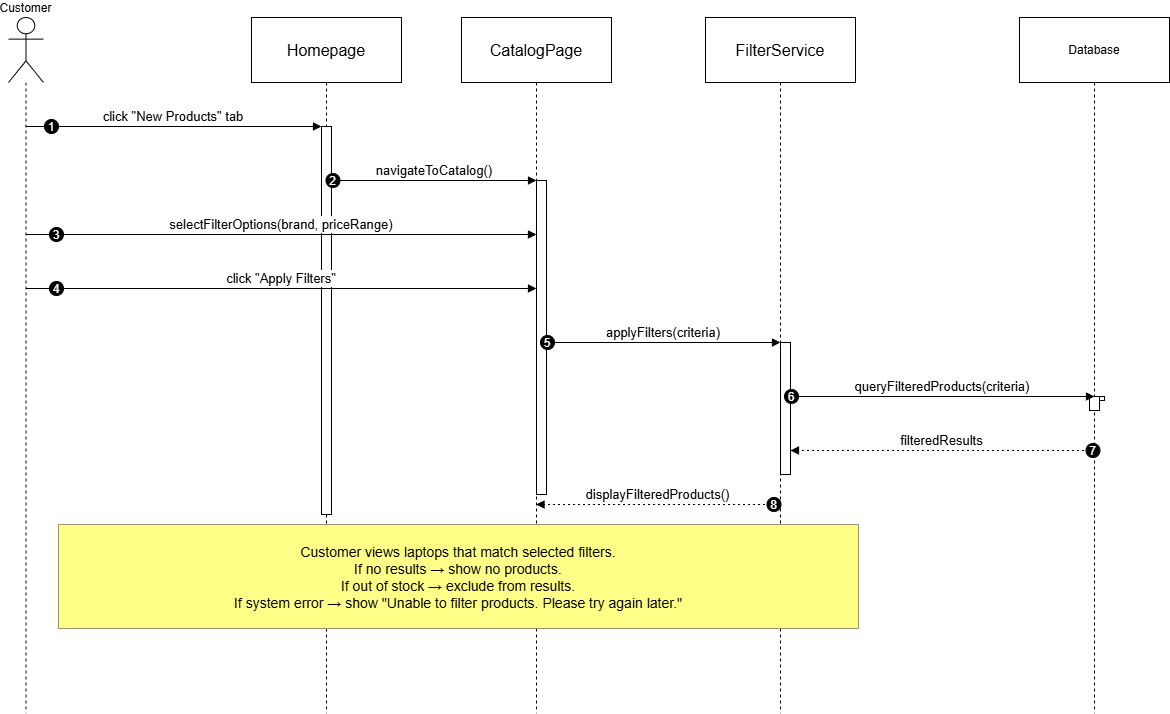
Earlier version of the draw.io export Sequence_Diagram/UC_4_FilterLaptop.drawio.png (auphong2707/PTTKHT-Final-Report). Source tidied: cells renumbered, new cells last; positions are measured from the earlier drawing's top-left corner, leaving out a move shared by most shapes.
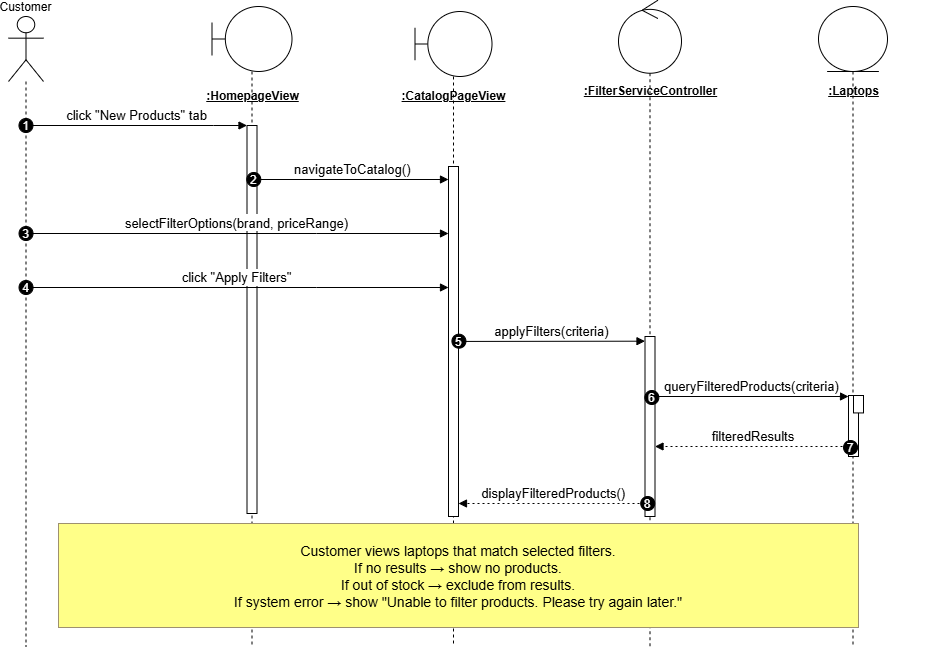
Above is the later version.

Diff of the diagram source:
```diff
@@ -2,36 +2,39 @@
   <root>
     <mxCell id="0" />
     <mxCell id="1" parent="0" />
-    <mxCell id="2" value="Customer" style="shape=umlLifeline;perimeter=lifelinePerimeter;whiteSpace=wrap;outlineConnect=0;portConstraint=eastwest;newEdgeStyle={&quot;edgeStyle&quot;:&quot;elbowEdgeStyle&quot;,&quot;elbow&quot;:&quot;vertical&quot;,&quot;curved&quot;:0,&quot;rounded&quot;:0};participant=umlActor;verticalAlign=bottom;labelPosition=center;verticalLabelPosition=top;align=center;size=65;" parent="1" vertex="1">
-      <mxGeometry width="35" height="696" as="geometry" />
-    </mxCell>
-    <mxCell id="3" value="Homepage" style="shape=umlLifeline;perimeter=lifelinePerimeter;whiteSpace=wrap;newEdgeStyle={&quot;edgeStyle&quot;:&quot;elbowEdgeStyle&quot;,&quot;elbow&quot;:&quot;vertical&quot;,&quot;curved&quot;:0,&quot;rounded&quot;:0};size=65;fontSize=16;" parent="1" vertex="1">
-      <mxGeometry x="243" width="150" height="696" as="geometry" />
+    <mxCell id="3" style="shape=umlLifeline;perimeter=lifelinePerimeter;whiteSpace=wrap;newEdgeStyle={&quot;edgeStyle&quot;:&quot;elbowEdgeStyle&quot;,&quot;elbow&quot;:&quot;vertical&quot;,&quot;curved&quot;:0,&quot;rounded&quot;:0};participant=umlBoundary;size=65;fontSize=16;" parent="1" vertex="1">
+      <mxGeometry x="203.5" y="-10" width="80" height="640" as="geometry" />
     </mxCell>
-    <mxCell id="4" style="points=[];perimeter=orthogonalPerimeter;outlineConnect=0;targetShapes=umlLifeline;portConstraint=eastwest;newEdgeStyle={&quot;edgeStyle&quot;:&quot;elbowEdgeStyle&quot;,&quot;elbow&quot;:&quot;vertical&quot;,&quot;curved&quot;:0,&quot;rounded&quot;:0};" parent="3" vertex="1">
-      <mxGeometry x="70" y="109" width="10" height="388" as="geometry" />
+    <mxCell id="4" style="points=[];perimeter=orthogonalPerimeter;outlineConnect=0;targetShapes=umlLifeline;portConstraint=eastwest;newEdgeStyle={&quot;edgeStyle&quot;:&quot;elbowEdgeStyle&quot;,&quot;elbow&quot;:&quot;vertical&quot;,&quot;curved&quot;:0,&quot;rounded&quot;:0};" parent="1" vertex="1">
+      <mxGeometry x="238.5" y="109" width="10" height="388" as="geometry" />
     </mxCell>
+    <mxCell id="7" style="shape=umlLifeline;perimeter=lifelinePerimeter;whiteSpace=wrap;outlineConnect=0;portConstraint=eastwest;newEdgeStyle={&quot;edgeStyle&quot;:&quot;elbowEdgeStyle&quot;,&quot;elbow&quot;:&quot;vertical&quot;,&quot;curved&quot;:0,&quot;rounded&quot;:0};participant=umlControl;size=73;fontSize=16;" parent="1" vertex="1">
+      <mxGeometry x="610" y="-16.2" width="63" height="646.2" as="geometry" />
+    </mxCell>
-    <mxCell id="5" value="CatalogPage" style="shape=umlLifeline;perimeter=lifelinePerimeter;whiteSpace=wrap;outlineConnect=0;portConstraint=eastwest;newEdgeStyle={&quot;edgeStyle&quot;:&quot;elbowEdgeStyle&quot;,&quot;elbow&quot;:&quot;vertical&quot;,&quot;curved&quot;:0,&quot;rounded&quot;:0};size=65;fontSize=16;" parent="1" vertex="1">
-      <mxGeometry x="453" width="150" height="696" as="geometry" />
+    <mxCell id="5" style="shape=umlLifeline;perimeter=lifelinePerimeter;whiteSpace=wrap;outlineConnect=0;portConstraint=eastwest;newEdgeStyle={&quot;edgeStyle&quot;:&quot;elbowEdgeStyle&quot;,&quot;elbow&quot;:&quot;vertical&quot;,&quot;curved&quot;:0,&quot;rounded&quot;:0};participant=umlBoundary;size=65;fontSize=16;" parent="1" vertex="1">
+      <mxGeometry x="406.5" y="-5" width="77" height="635" as="geometry" />
     </mxCell>
+    <mxCell id="9" style="shape=umlLifeline;perimeter=lifelinePerimeter;whiteSpace=wrap;outlineConnect=0;portConstraint=eastwest;newEdgeStyle={&quot;edgeStyle&quot;:&quot;elbowEdgeStyle&quot;,&quot;elbow&quot;:&quot;vertical&quot;,&quot;curved&quot;:0,&quot;rounded&quot;:0};participant=umlEntity;size=65;" parent="1" vertex="1">
+      <mxGeometry x="810" y="-10" width="69" height="640" as="geometry" />
+    </mxCell>
-    <mxCell id="6" style="points=[];perimeter=orthogonalPerimeter;outlineConnect=0;targetShapes=umlLifeline;portConstraint=eastwest;newEdgeStyle={&quot;edgeStyle&quot;:&quot;elbowEdgeStyle&quot;,&quot;elbow&quot;:&quot;vertical&quot;,&quot;curved&quot;:0,&quot;rounded&quot;:0};" parent="5" vertex="1">
-      <mxGeometry x="75" y="163" width="10" height="314" as="geometry" />
+    <mxCell id="6" style="points=[];perimeter=orthogonalPerimeter;outlineConnect=0;targetShapes=umlLifeline;portConstraint=eastwest;newEdgeStyle={&quot;edgeStyle&quot;:&quot;elbowEdgeStyle&quot;,&quot;elbow&quot;:&quot;vertical&quot;,&quot;curved&quot;:0,&quot;rounded&quot;:0};" parent="1" vertex="1">
+      <mxGeometry x="440" y="150" width="10" height="350" as="geometry" />
     </mxCell>
-    <mxCell id="7" value="FilterService" style="shape=umlLifeline;perimeter=lifelinePerimeter;whiteSpace=wrap;outlineConnect=0;portConstraint=eastwest;newEdgeStyle={&quot;edgeStyle&quot;:&quot;elbowEdgeStyle&quot;,&quot;elbow&quot;:&quot;vertical&quot;,&quot;curved&quot;:0,&quot;rounded&quot;:0};size=65;fontSize=16;" parent="1" vertex="1">
-      <mxGeometry x="697" width="150" height="696" as="geometry" />
-    </mxCell>
-    <mxCell id="8" style="points=[];perimeter=orthogonalPerimeter;outlineConnect=0;targetShapes=umlLifeline;portConstraint=eastwest;newEdgeStyle={&quot;edgeStyle&quot;:&quot;elbowEdgeStyle&quot;,&quot;elbow&quot;:&quot;vertical&quot;,&quot;curved&quot;:0,&quot;rounded&quot;:0};" parent="7" vertex="1">
-      <mxGeometry x="75" y="325" width="10" height="132" as="geometry" />
-    </mxCell>
-    <mxCell id="9" value="Database" style="shape=umlLifeline;perimeter=lifelinePerimeter;whiteSpace=wrap;outlineConnect=0;portConstraint=eastwest;newEdgeStyle={&quot;edgeStyle&quot;:&quot;elbowEdgeStyle&quot;,&quot;elbow&quot;:&quot;vertical&quot;,&quot;curved&quot;:0,&quot;rounded&quot;:0};size=65;" parent="1" vertex="1">
-      <mxGeometry x="1011" width="150" height="696" as="geometry" />
-    </mxCell>
-    <mxCell id="10" style="points=[];perimeter=orthogonalPerimeter;outlineConnect=0;targetShapes=umlLifeline;portConstraint=eastwest;newEdgeStyle={&quot;edgeStyle&quot;:&quot;elbowEdgeStyle&quot;,&quot;elbow&quot;:&quot;vertical&quot;,&quot;curved&quot;:0,&quot;rounded&quot;:0};" parent="9" vertex="1">
-      <mxGeometry x="75" y="379" width="10" height="4" as="geometry" />
-    </mxCell>
-    <mxCell id="11" style="perimeter=orthogonalPerimeter;targetShapes=umlLifeline;newEdgeStyle={&quot;edgeStyle&quot;:&quot;elbowEdgeStyle&quot;,&quot;elbow&quot;:&quot;vertical&quot;,&quot;curved&quot;:0,&quot;rounded&quot;:0};" parent="9" vertex="1">
-      <mxGeometry x="70" y="379" width="10" height="14" as="geometry" />
-    </mxCell>
+    <mxCell id="2" value="Customer" style="shape=umlLifeline;perimeter=lifelinePerimeter;whiteSpace=wrap;outlineConnect=0;portConstraint=eastwest;newEdgeStyle={&quot;edgeStyle&quot;:&quot;elbowEdgeStyle&quot;,&quot;elbow&quot;:&quot;vertical&quot;,&quot;curved&quot;:0,&quot;rounded&quot;:0};participant=umlActor;verticalAlign=bottom;labelPosition=center;verticalLabelPosition=top;align=center;size=65;" parent="1" vertex="1">
+      <mxGeometry width="35" height="630" as="geometry" />
+    </mxCell>
+    <mxCell id="29" value="&lt;u&gt;&lt;b&gt;:HomepageView&lt;/b&gt;&lt;/u&gt;" style="text;html=1;align=center;verticalAlign=middle;" parent="1" vertex="1">
+      <mxGeometry x="168.5" y="70" width="150" height="20" as="geometry" />
+    </mxCell>
+    <mxCell id="30" value="&lt;u&gt;&lt;b&gt;:CatalogPageView&lt;/b&gt;&lt;/u&gt;" style="text;html=1;align=center;verticalAlign=middle;" parent="1" vertex="1">
+      <mxGeometry x="370" y="70" width="150" height="20" as="geometry" />
+    </mxCell>
+    <mxCell id="31" value="&lt;u&gt;&lt;b&gt;:FilterServiceController&lt;/b&gt;&lt;/u&gt;" style="text;html=1;align=center;verticalAlign=middle;" parent="1" vertex="1">
+      <mxGeometry x="566.5" y="65" width="150" height="20" as="geometry" />
+    </mxCell>
+    <mxCell id="32" value="&lt;u&gt;&lt;b&gt;:Laptops&lt;/b&gt;&lt;/u&gt;" style="text;html=1;align=center;verticalAlign=middle;" parent="1" vertex="1">
+      <mxGeometry x="769.5" y="65" width="150" height="20" as="geometry" />
+    </mxCell>
     <mxCell id="12" value="click &quot;New Products&quot; tab" style="verticalAlign=bottom;edgeStyle=elbowEdgeStyle;elbow=vertical;curved=0;rounded=0;endArrow=block;fontSize=13;" parent="1" edge="1" source="2" target="4">
       <mxGeometry relative="1" as="geometry">
         <Array as="points">
@@ -41,7 +44,7 @@
     </mxCell>
     <mxCell id="13" value="1" style="ellipse;fillColor=#000000;align=center;fontColor=#FFFFFF;" parent="12" vertex="1">
       <mxGeometry width="14" height="14" relative="1" as="geometry">
-        <mxPoint x="-129" y="-7" as="offset" />
+        <mxPoint x="-117" y="-7" as="offset" />
       </mxGeometry>
     </mxCell>
     <mxCell id="14" value="navigateToCatalog()" style="verticalAlign=bottom;edgeStyle=elbowEdgeStyle;elbow=vertical;curved=0;rounded=0;endArrow=block;fontSize=13;" parent="1" edge="1" source="4" target="6">
@@ -53,7 +56,7 @@
     </mxCell>
     <mxCell id="15" value="2" style="ellipse;fillColor=#000000;align=center;fontColor=#FFFFFF;" parent="14" vertex="1">
       <mxGeometry width="14" height="14" relative="1" as="geometry">
-        <mxPoint x="-108.5" y="-7" as="offset" />
+        <mxPoint x="-106" y="-7" as="offset" />
       </mxGeometry>
     </mxCell>
     <mxCell id="16" value="selectFilterOptions(brand, priceRange)" style="verticalAlign=bottom;edgeStyle=elbowEdgeStyle;elbow=vertical;curved=0;rounded=0;endArrow=block;fontSize=13;" parent="1" edge="1" source="2" target="6">
@@ -65,7 +68,7 @@
     </mxCell>
     <mxCell id="17" value="3" style="ellipse;fillColor=#000000;align=center;fontColor=#FFFFFF;" parent="16" vertex="1">
       <mxGeometry width="14" height="14" relative="1" as="geometry">
-        <mxPoint x="-232" y="-7" as="offset" />
+        <mxPoint x="-218" y="-7" as="offset" />
       </mxGeometry>
     </mxCell>
     <mxCell id="18" value="click &quot;Apply Filters&quot;" style="verticalAlign=bottom;edgeStyle=elbowEdgeStyle;elbow=vertical;curved=0;rounded=0;endArrow=block;fontSize=13;" parent="1" edge="1" source="2" target="6">
@@ -77,47 +80,46 @@
     </mxCell>
     <mxCell id="19" value="4" style="ellipse;fillColor=#000000;align=center;fontColor=#FFFFFF;" parent="18" vertex="1">
       <mxGeometry width="14" height="14" relative="1" as="geometry">
-        <mxPoint x="-232" y="-7" as="offset" />
+        <mxPoint x="-218" y="-7" as="offset" />
       </mxGeometry>
     </mxCell>
-    <mxCell id="20" value="applyFilters(criteria)" style="verticalAlign=bottom;edgeStyle=elbowEdgeStyle;elbow=vertical;curved=0;rounded=0;endArrow=block;fontSize=13;" parent="1" edge="1" source="6" target="8">
+    <mxCell id="20" value="applyFilters(criteria)" style="verticalAlign=bottom;edgeStyle=elbowEdgeStyle;elbow=vertical;curved=0;rounded=0;endArrow=block;fontSize=13;" parent="1" edge="1" target="8">
       <mxGeometry relative="1" as="geometry">
-        <Array as="points">
-          <mxPoint x="661" y="325" />
-        </Array>
+        <mxPoint x="450" y="324.9" as="sourcePoint" />
       </mxGeometry>
     </mxCell>
     <mxCell id="21" value="5" style="ellipse;fillColor=#000000;align=center;fontColor=#FFFFFF;" parent="20" vertex="1">
       <mxGeometry width="14" height="14" relative="1" as="geometry">
-        <mxPoint x="-123" y="-7" as="offset" />
+        <mxPoint x="-100" y="-7" as="offset" />
       </mxGeometry>
     </mxCell>
-    <mxCell id="22" value="queryFilteredProducts(criteria)" style="verticalAlign=bottom;edgeStyle=elbowEdgeStyle;elbow=vertical;curved=0;rounded=0;endArrow=block;fontSize=13;" parent="1" edge="1" source="8" target="10">
-      <mxGeometry relative="1" as="geometry">
-        <Array as="points">
-          <mxPoint x="940" y="379" />
-        </Array>
-      </mxGeometry>
-    </mxCell>
-    <mxCell id="23" value="6" style="ellipse;fillColor=#000000;align=center;fontColor=#FFFFFF;" parent="22" vertex="1">
-      <mxGeometry width="14" height="14" relative="1" as="geometry">
-        <mxPoint x="-158" y="-7" as="offset" />
-      </mxGeometry>
-    </mxCell>
+    <mxCell id="8" style="points=[];perimeter=orthogonalPerimeter;outlineConnect=0;targetShapes=umlLifeline;portConstraint=eastwest;newEdgeStyle={&quot;edgeStyle&quot;:&quot;elbowEdgeStyle&quot;,&quot;elbow&quot;:&quot;vertical&quot;,&quot;curved&quot;:0,&quot;rounded&quot;:0};" parent="1" vertex="1">
+      <mxGeometry x="636.5" y="320" width="10" height="180" as="geometry" />
+    </mxCell>
+    <mxCell id="33" style="group;" parent="1" vertex="1">
+      <mxGeometry x="840" y="379" width="15" height="61" as="geometry" />
+    </mxCell>
+    <mxCell id="11" style="perimeter=orthogonalPerimeter;targetShapes=umlLifeline;newEdgeStyle={&quot;edgeStyle&quot;:&quot;elbowEdgeStyle&quot;,&quot;elbow&quot;:&quot;vertical&quot;,&quot;curved&quot;:0,&quot;rounded&quot;:0};" parent="33" vertex="1">
+      <mxGeometry width="10" height="61" as="geometry" />
+    </mxCell>
+    <mxCell id="10" style="points=[];perimeter=orthogonalPerimeter;outlineConnect=0;targetShapes=umlLifeline;portConstraint=eastwest;newEdgeStyle={&quot;edgeStyle&quot;:&quot;elbowEdgeStyle&quot;,&quot;elbow&quot;:&quot;vertical&quot;,&quot;curved&quot;:0,&quot;rounded&quot;:0};" parent="33" vertex="1">
+      <mxGeometry x="5" width="10" height="17.4" as="geometry" />
+    </mxCell>
     <mxCell id="24" value="filteredResults" style="verticalAlign=bottom;edgeStyle=elbowEdgeStyle;elbow=vertical;curved=0;rounded=0;dashed=1;dashPattern=2 3;endArrow=block;fontSize=13;" parent="1" edge="1" source="9" target="8">
       <mxGeometry relative="1" as="geometry">
         <Array as="points">
-          <mxPoint x="943" y="433" />
+          <mxPoint x="750" y="430" />
         </Array>
       </mxGeometry>
     </mxCell>
     <mxCell id="25" value="7" style="ellipse;fillColor=#000000;align=center;fontColor=#FFFFFF;" parent="24" vertex="1">
       <mxGeometry width="14" height="14" relative="1" as="geometry">
-        <mxPoint x="144" y="-7" as="offset" />
+        <mxPoint x="90" y="-6" as="offset" />
       </mxGeometry>
     </mxCell>
-    <mxCell id="26" value="displayFilteredProducts()" style="verticalAlign=bottom;edgeStyle=elbowEdgeStyle;elbow=vertical;curved=0;rounded=0;dashed=1;dashPattern=2 3;endArrow=block;fontSize=13;" parent="1" edge="1" source="7" target="5">
+    <mxCell id="26" value="displayFilteredProducts()" style="verticalAlign=bottom;edgeStyle=elbowEdgeStyle;elbow=vertical;curved=0;rounded=0;dashed=1;dashPattern=2 3;endArrow=block;fontSize=13;" parent="1" edge="1" source="7">
       <mxGeometry relative="1" as="geometry">
+        <mxPoint x="450" y="487" as="targetPoint" />
         <Array as="points">
           <mxPoint x="664" y="487" />
         </Array>
@@ -125,11 +127,24 @@
     </mxCell>
     <mxCell id="27" value="8" style="ellipse;fillColor=#000000;align=center;fontColor=#FFFFFF;" parent="26" vertex="1">
       <mxGeometry width="14" height="14" relative="1" as="geometry">
-        <mxPoint x="109" y="-7" as="offset" />
+        <mxPoint x="87" y="-7" as="offset" />
       </mxGeometry>
     </mxCell>
     <mxCell id="28" value="Customer views laptops that match selected filters.&#10;If no results → show no products.&#10;If out of stock → exclude from results.&#10;If system error → show &quot;Unable to filter products. Please try again later.&quot;" style="fillColor=#ffff88;strokeColor=#9E916F;fontSize=14;" parent="1" vertex="1">
       <mxGeometry x="50" y="507" width="800" height="104" as="geometry" />
     </mxCell>
+    <mxCell id="22" value="queryFilteredProducts(criteria)" style="verticalAlign=bottom;edgeStyle=elbowEdgeStyle;elbow=vertical;curved=0;rounded=0;endArrow=block;fontSize=13;" parent="1" edge="1" source="8">
+      <mxGeometry relative="1" as="geometry">
+        <mxPoint x="840" y="381" as="targetPoint" />
+        <Array as="points">
+          <mxPoint x="790" y="380" />
+        </Array>
+      </mxGeometry>
+    </mxCell>
+    <mxCell id="23" value="6" style="ellipse;fillColor=#000000;align=center;fontColor=#FFFFFF;" parent="22" vertex="1">
+      <mxGeometry width="14" height="14" relative="1" as="geometry">
+        <mxPoint x="-107" y="-6" as="offset" />
+      </mxGeometry>
+    </mxCell>
   </root>
 </mxGraphModel>
```
